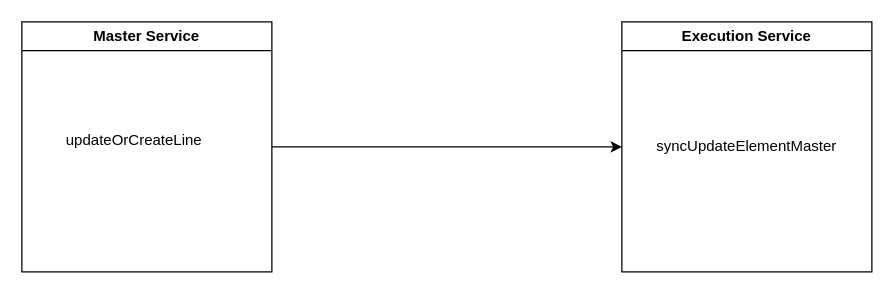
The draw.io diagram page "Master Service" (7 of 10) of Workflow-Overview.drawio in tuankhoi2206/Draft-system-overview, before the edit. Source tidied: cells renumbered, new cells numbered last; positions are measured from the earlier drawing's top-left corner, leaving out a move shared by most shapes. Both pictures are drawn from the tidied source at 125%, with x=0, y=0 at pixel (21, 21).
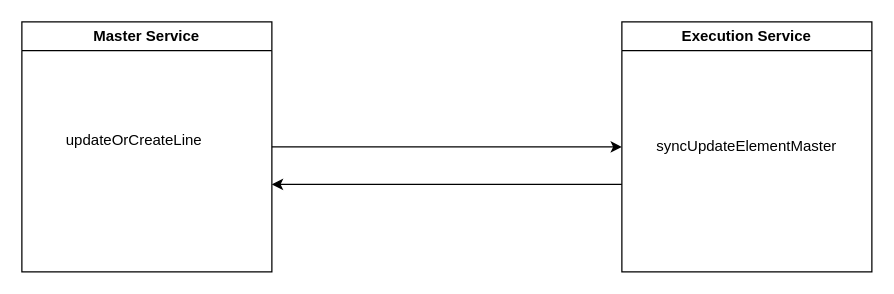
The same page after the edit.

The edit, as a diff of the source:
```diff
@@
 <mxGraphModel>
   <root>
     <mxCell id="0" />
     <mxCell id="1" parent="0" />
     <mxCell id="2" style="edgeStyle=orthogonalEdgeStyle;rounded=0;jettySize=auto;html=1;entryX=0;entryY=0.5;entryDx=0;entryDy=0;" parent="1" edge="1" source="3" target="5">
       <mxGeometry relative="1" as="geometry" />
     </mxCell>
     <mxCell id="3" value="Master Service" style="swimlane;whiteSpace=wrap;html=1;" parent="1" vertex="1">
       <mxGeometry width="200" height="200" as="geometry" />
     </mxCell>
     <mxCell id="4" value="updateOrCreateLine" style="text;html=1;align=center;verticalAlign=middle;whiteSpace=wrap;rounded=0;" parent="3" vertex="1">
       <mxGeometry x="60" y="70" width="60" height="50" as="geometry" />
     </mxCell>
     <mxCell id="5" value="Execution Service" style="swimlane;whiteSpace=wrap;html=1;" parent="1" vertex="1">
       <mxGeometry x="480" width="200" height="200" as="geometry" />
     </mxCell>
     <mxCell id="6" value="syncUpdateElementMaster" style="text;html=1;align=center;verticalAlign=middle;whiteSpace=wrap;rounded=0;" parent="5" vertex="1">
       <mxGeometry x="70" y="75" width="60" height="50" as="geometry" />
     </mxCell>
+    <mxCell id="7" style="endArrow=classic;html=1;rounded=0;" parent="1" edge="1">
+      <mxGeometry relative="1" as="geometry">
+        <mxPoint x="480" y="130" as="sourcePoint" />
+        <mxPoint x="200" y="130" as="targetPoint" />
+      </mxGeometry>
+    </mxCell>
   </root>
 </mxGraphModel>
```
